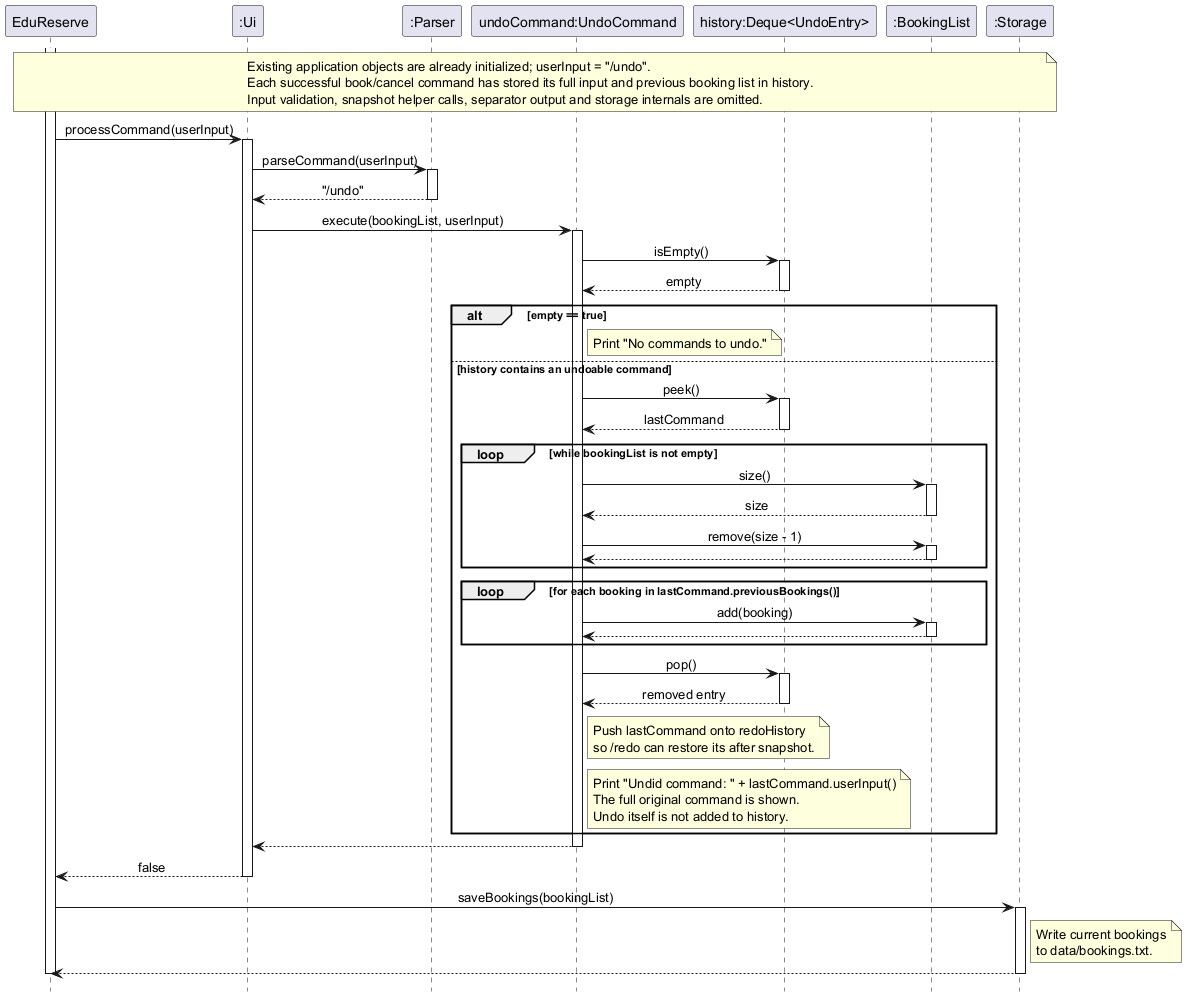
Above: docs/UMLDiagrams/UndoCommandSequenceDiagram.png in AY2627S1-CS2113-W14-2/tp (PlantUML), before the change.
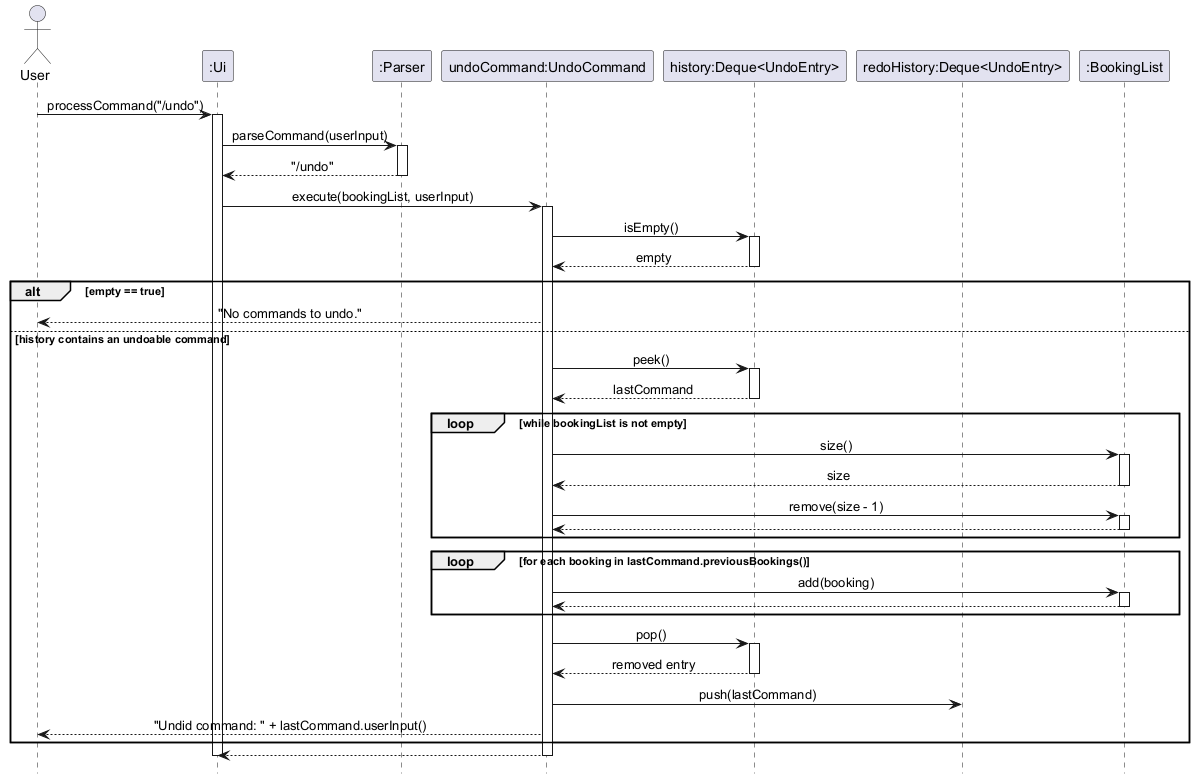
The same file after the commit.

The edit, as a diff of the source:
```diff
@@ -2,22 +2,15 @@
 skinparam sequenceMessageAlign center
 hide footbox
 
-participant "EduReserve" as App
+actor User
 participant ":Ui" as UI
 participant ":Parser" as Parser
 participant "undoCommand:UndoCommand" as Undo
 participant "history:Deque<UndoEntry>" as History
+participant "redoHistory:Deque<UndoEntry>" as RedoHistory
 participant ":BookingList" as Bookings
-participant ":Storage" as Storage
 
-note over App, Storage
-    Existing application objects are already initialized; userInput = "/undo".
-    Each successful book/cancel command has stored its full input and previous booking list in history.
-    Input validation, snapshot helper calls, separator output and storage internals are omitted.
-end note
-
-activate App
-App -> UI: processCommand(userInput)
+User -> UI: processCommand("/undo")
 activate UI
 UI -> Parser: parseCommand(userInput)
 activate Parser
@@ -32,7 +25,7 @@
 deactivate History
 
 alt empty == true
-    note right of Undo: Print "No commands to undo."
+    Undo --> User: "No commands to undo."
 else history contains an undoable command
     Undo -> History: peek()
     activate History
@@ -62,24 +55,13 @@
     History --> Undo: removed entry
     deactivate History
 
-    note right of Undo: Push lastCommand onto redoHistory\nso /redo can restore its after snapshot.
+    Undo -> RedoHistory: push(lastCommand)
 
-    note right of Undo
-        Print "Undid command: " + lastCommand.userInput()
-        The full original command is shown.
-        Undo itself is not added to history.
-    end note
+    Undo --> User: "Undid command: " + lastCommand.userInput()
 end
 
 Undo --> UI
 deactivate Undo
-UI --> App: false
 deactivate UI
 
-App -> Storage: saveBookings(bookingList)
-activate Storage
-note right of Storage: Write current bookings\nto data/bookings.txt.
-Storage --> App
-deactivate Storage
-deactivate App
 @enduml
```
